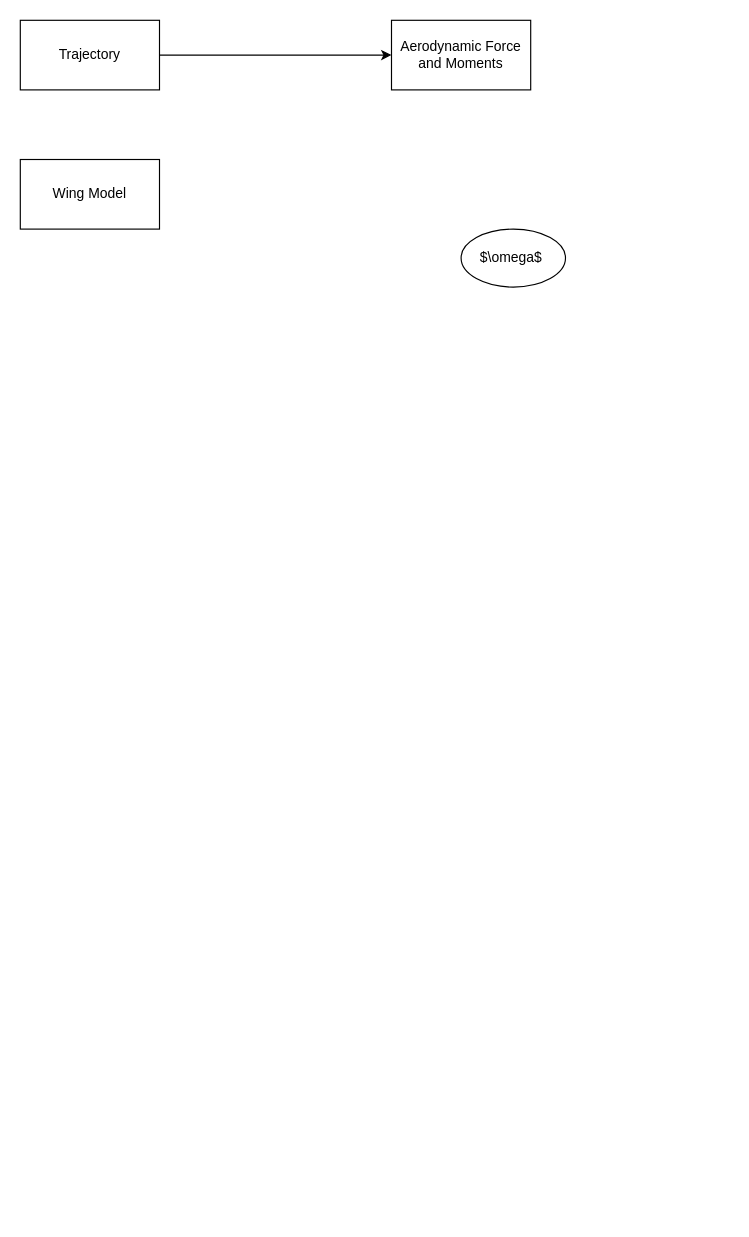
thomas-lando-18/Honours-Thesis keeps this draw.io diagram as Sim_1/Simulation 1 Diagram.drawio. Above is the earlier version. Source tidied: cells renumbered, new cells numbered last; positions are measured from the earlier drawing's top-left corner, leaving out a move shared by most shapes. Both pictures are drawn from the tidied source at 116%, with x=0, y=0 at pixel (20, 20).
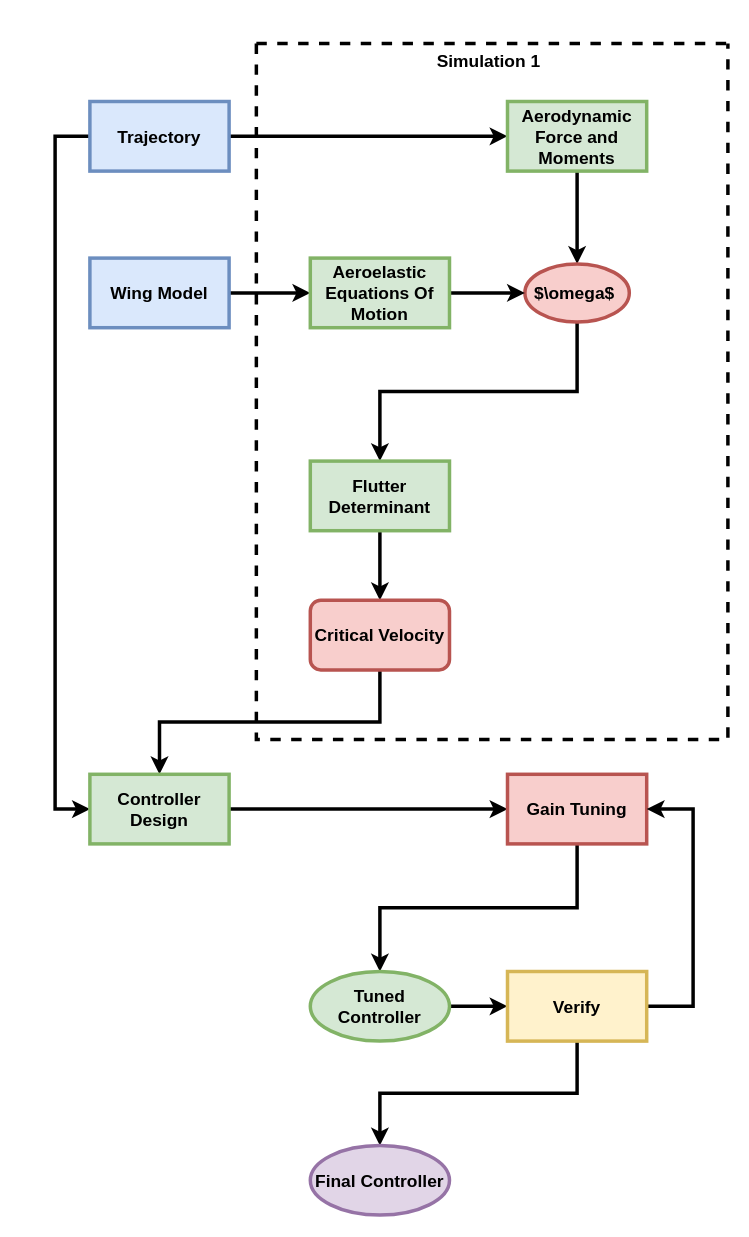
After the change.

Diff of the diagram source:
```diff
@@
-    <mxCell id="2" style="edgeStyle=orthogonalEdgeStyle;rounded=0;jettySize=auto;html=1;exitX=1;exitY=0.5;exitDx=0;exitDy=0;" parent="1" edge="1" source="3" target="5">
+    <mxCell id="2" style="edgeStyle=orthogonalEdgeStyle;rounded=0;jettySize=auto;html=1;exitX=1;exitY=0.5;exitDx=0;exitDy=0;fontSize=15;fontStyle=1;strokeWidth=3;" parent="1" edge="1" source="3" target="5">
       <mxGeometry relative="1" as="geometry" />
     </mxCell>
+    <mxCell id="7" style="edgeStyle=orthogonalEdgeStyle;rounded=0;jettySize=auto;html=1;exitX=0;exitY=0.5;exitDx=0;exitDy=0;entryX=0;entryY=0.5;entryDx=0;entryDy=0;fontSize=15;fontStyle=1;strokeWidth=3;" parent="1" edge="1" source="3" target="18">
+      <mxGeometry relative="1" as="geometry">
+        <Array as="points">
+          <mxPoint x="30" y="100" />
+          <mxPoint x="30" y="680" />
+        </Array>
+      </mxGeometry>
+    </mxCell>
-    <mxCell id="3" value="Trajectory" style="rounded=0;whiteSpace=wrap;html=1;" parent="1" vertex="1">
-      <mxGeometry width="120" height="60" as="geometry" />
+    <mxCell id="3" value="Trajectory" style="rounded=0;whiteSpace=wrap;html=1;fillColor=#dae8fc;strokeColor=#6c8ebf;fontSize=15;fontStyle=1;strokeWidth=3;" parent="1" vertex="1">
+      <mxGeometry x="60" y="70" width="120" height="60" as="geometry" />
     </mxCell>
+    <mxCell id="8" style="edgeStyle=orthogonalEdgeStyle;rounded=0;jettySize=auto;html=1;exitX=1;exitY=0.5;exitDx=0;exitDy=0;entryX=0;entryY=0.5;entryDx=0;entryDy=0;fontSize=15;fontStyle=1;strokeWidth=3;" parent="1" edge="1" source="4" target="12">
+      <mxGeometry relative="1" as="geometry" />
+    </mxCell>
-    <mxCell id="4" value="Wing Model" style="rounded=0;whiteSpace=wrap;html=1;" parent="1" vertex="1">
-      <mxGeometry y="120" width="120" height="60" as="geometry" />
+    <mxCell id="4" value="Wing Model" style="rounded=0;whiteSpace=wrap;html=1;fillColor=#dae8fc;strokeColor=#6c8ebf;fontSize=15;fontStyle=1;strokeWidth=3;" parent="1" vertex="1">
+      <mxGeometry x="60" y="205" width="120" height="60" as="geometry" />
     </mxCell>
+    <mxCell id="9" style="edgeStyle=orthogonalEdgeStyle;rounded=0;jettySize=auto;html=1;exitX=0.5;exitY=1;exitDx=0;exitDy=0;entryX=0.5;entryY=0;entryDx=0;entryDy=0;fontSize=15;fontStyle=1;strokeWidth=3;" parent="1" edge="1" source="5" target="6">
+      <mxGeometry relative="1" as="geometry" />
+    </mxCell>
-    <mxCell id="5" value="Aerodynamic Force and Moments" style="whiteSpace=wrap;html=1;" parent="1" vertex="1">
-      <mxGeometry x="320" width="120" height="60" as="geometry" />
+    <mxCell id="5" value="Aerodynamic Force and Moments" style="whiteSpace=wrap;html=1;fillColor=#d5e8d4;strokeColor=#82b366;fontSize=15;fontStyle=1;strokeWidth=3;" parent="1" vertex="1">
+      <mxGeometry x="420" y="70" width="120" height="60" as="geometry" />
     </mxCell>
+    <mxCell id="10" style="edgeStyle=orthogonalEdgeStyle;rounded=0;jettySize=auto;html=1;exitX=0.5;exitY=1;exitDx=0;exitDy=0;entryX=0.5;entryY=0;entryDx=0;entryDy=0;fontSize=15;fontStyle=1;strokeWidth=3;" parent="1" edge="1" source="6" target="14">
+      <mxGeometry relative="1" as="geometry" />
+    </mxCell>
-    <mxCell id="6" value="$\omega$&amp;nbsp;" style="ellipse;whiteSpace=wrap;html=1;" parent="1" vertex="1">
-      <mxGeometry x="380" y="180" width="90" height="50" as="geometry" />
+    <mxCell id="6" value="$\omega$&amp;nbsp;" style="ellipse;whiteSpace=wrap;html=1;fillColor=#f8cecc;strokeColor=#b85450;fontSize=15;fontStyle=1;strokeWidth=3;" parent="1" vertex="1">
+      <mxGeometry x="435" y="210" width="90" height="50" as="geometry" />
     </mxCell>
+    <mxCell id="11" style="edgeStyle=orthogonalEdgeStyle;rounded=0;jettySize=auto;html=1;exitX=1;exitY=0.5;exitDx=0;exitDy=0;entryX=0;entryY=0.5;entryDx=0;entryDy=0;fontSize=15;fontStyle=1;strokeWidth=3;" parent="1" edge="1" source="12" target="6">
+      <mxGeometry relative="1" as="geometry" />
+    </mxCell>
+    <mxCell id="12" value="Aeroelastic Equations Of Motion" style="whiteSpace=wrap;html=1;fillColor=#d5e8d4;strokeColor=#82b366;fontSize=15;fontStyle=1;strokeWidth=3;" parent="1" vertex="1">
+      <mxGeometry x="250" y="205" width="120" height="60" as="geometry" />
+    </mxCell>
+    <mxCell id="13" style="edgeStyle=orthogonalEdgeStyle;rounded=0;jettySize=auto;html=1;exitX=0.5;exitY=1;exitDx=0;exitDy=0;entryX=0.5;entryY=0;entryDx=0;entryDy=0;fontSize=15;fontStyle=1;strokeWidth=3;" parent="1" edge="1" source="14" target="16">
+      <mxGeometry relative="1" as="geometry" />
+    </mxCell>
+    <mxCell id="14" value="Flutter Determinant" style="whiteSpace=wrap;html=1;fillColor=#d5e8d4;strokeColor=#82b366;fontSize=15;fontStyle=1;strokeWidth=3;" parent="1" vertex="1">
+      <mxGeometry x="250" y="380" width="120" height="60" as="geometry" />
+    </mxCell>
+    <mxCell id="15" style="edgeStyle=orthogonalEdgeStyle;rounded=0;jettySize=auto;html=1;exitX=0.5;exitY=1;exitDx=0;exitDy=0;entryX=0.5;entryY=0;entryDx=0;entryDy=0;fontSize=15;fontStyle=1;strokeWidth=3;" parent="1" edge="1" source="16" target="18">
+      <mxGeometry relative="1" as="geometry" />
+    </mxCell>
+    <mxCell id="16" value="Critical Velocity" style="rounded=1;whiteSpace=wrap;html=1;fillColor=#f8cecc;strokeColor=#b85450;fontSize=15;fontStyle=1;strokeWidth=3;" parent="1" vertex="1">
+      <mxGeometry x="250" y="500" width="120" height="60" as="geometry" />
+    </mxCell>
+    <mxCell id="17" style="edgeStyle=orthogonalEdgeStyle;rounded=0;jettySize=auto;html=1;exitX=1;exitY=0.5;exitDx=0;exitDy=0;entryX=0;entryY=0.5;entryDx=0;entryDy=0;fontSize=15;fontStyle=1;strokeWidth=3;" parent="1" edge="1" source="18" target="20">
+      <mxGeometry relative="1" as="geometry" />
+    </mxCell>
+    <mxCell id="18" value="Controller Design" style="whiteSpace=wrap;html=1;fillColor=#d5e8d4;strokeColor=#82b366;fontSize=15;fontStyle=1;strokeWidth=3;" parent="1" vertex="1">
+      <mxGeometry x="60" y="650" width="120" height="60" as="geometry" />
+    </mxCell>
+    <mxCell id="19" style="edgeStyle=orthogonalEdgeStyle;rounded=0;jettySize=auto;html=1;exitX=0.5;exitY=1;exitDx=0;exitDy=0;entryX=0.5;entryY=0;entryDx=0;entryDy=0;fontSize=15;fontStyle=1;strokeWidth=3;" parent="1" edge="1" source="20" target="22">
+      <mxGeometry relative="1" as="geometry" />
+    </mxCell>
+    <mxCell id="20" value="Gain Tuning" style="whiteSpace=wrap;html=1;fillColor=#f8cecc;strokeColor=#b85450;fontSize=15;fontStyle=1;strokeWidth=3;" parent="1" vertex="1">
+      <mxGeometry x="420" y="650" width="120" height="60" as="geometry" />
+    </mxCell>
+    <mxCell id="21" style="edgeStyle=orthogonalEdgeStyle;rounded=0;jettySize=auto;html=1;exitX=1;exitY=0.5;exitDx=0;exitDy=0;entryX=0;entryY=0.5;entryDx=0;entryDy=0;fontSize=15;fontStyle=1;strokeWidth=3;" parent="1" edge="1" source="22" target="25">
+      <mxGeometry relative="1" as="geometry" />
+    </mxCell>
+    <mxCell id="22" value="Tuned Controller" style="ellipse;whiteSpace=wrap;html=1;fillColor=#d5e8d4;strokeColor=#82b366;fontSize=15;fontStyle=1;strokeWidth=3;" parent="1" vertex="1">
+      <mxGeometry x="250" y="820" width="120" height="60" as="geometry" />
+    </mxCell>
+    <mxCell id="23" style="edgeStyle=orthogonalEdgeStyle;rounded=0;jettySize=auto;html=1;entryX=1;entryY=0.5;entryDx=0;entryDy=0;fontSize=15;fontStyle=1;strokeWidth=3;" parent="1" edge="1" source="25" target="20">
+      <mxGeometry relative="1" as="geometry">
+        <Array as="points">
+          <mxPoint x="580" y="850" />
+          <mxPoint x="580" y="680" />
+        </Array>
+      </mxGeometry>
+    </mxCell>
+    <mxCell id="24" style="edgeStyle=orthogonalEdgeStyle;rounded=0;jettySize=auto;html=1;exitX=0.5;exitY=1;exitDx=0;exitDy=0;entryX=0.5;entryY=0;entryDx=0;entryDy=0;entryPerimeter=0;fontSize=15;fontStyle=1;strokeWidth=3;" parent="1" edge="1" source="25" target="26">
+      <mxGeometry relative="1" as="geometry" />
+    </mxCell>
+    <mxCell id="25" value="Verify" style="whiteSpace=wrap;html=1;fillColor=#fff2cc;strokeColor=#d6b656;fontSize=15;fontStyle=1;strokeWidth=3;" parent="1" vertex="1">
+      <mxGeometry x="420" y="820" width="120" height="60" as="geometry" />
+    </mxCell>
+    <mxCell id="26" value="Final Controller" style="ellipse;whiteSpace=wrap;html=1;fillColor=#e1d5e7;strokeColor=#9673a6;fontSize=15;fontStyle=1;strokeWidth=3;" parent="1" vertex="1">
+      <mxGeometry x="250" y="970" width="120" height="60" as="geometry" />
+    </mxCell>
+    <mxCell id="27" style="swimlane;startSize=0;fontSize=15;strokeWidth=3;dashed=1;" parent="1" vertex="1">
+      <mxGeometry x="203.5" y="20" width="406.5" height="600" as="geometry" />
+    </mxCell>
+    <mxCell id="28" value="&lt;b&gt;Simulation 1&lt;/b&gt;" style="text;html=1;strokeColor=none;fillColor=none;align=center;verticalAlign=middle;whiteSpace=wrap;rounded=0;dashed=1;fontSize=15;" parent="27" vertex="1">
+      <mxGeometry x="150" width="100" height="30" as="geometry" />
+    </mxCell>
```
